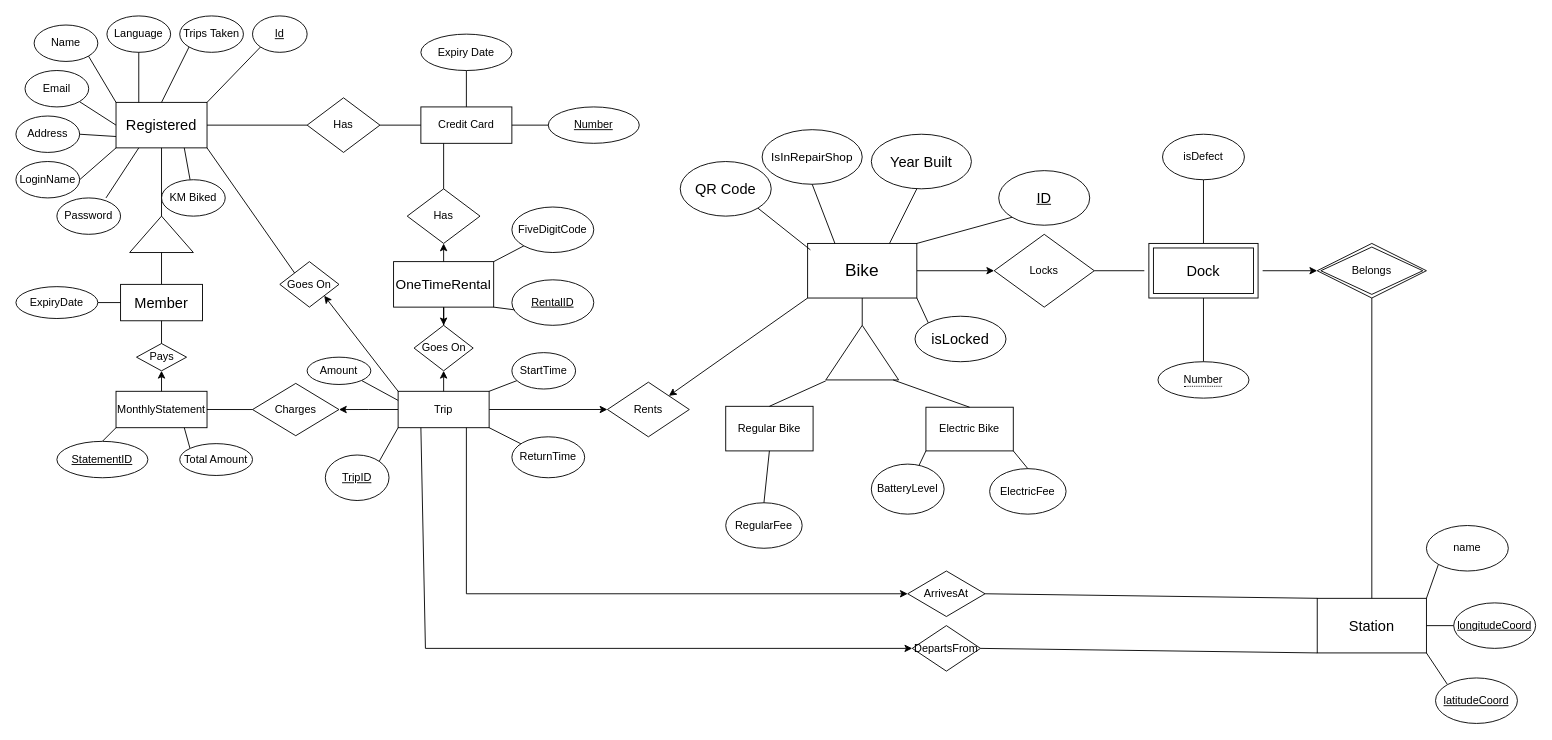
Earlier version of the draw.io diagram page "Bikes" (1 of 4) of COMP421/Assignment1/COMP421A1.drawio (eSpyd3r/School-Assignments). Source tidied: cells renumbered, new cells numbered last; positions are measured from the earlier drawing's top-left corner, leaving out a move shared by most shapes. Both pictures are drawn from the tidied source at 91%, with x=0, y=0 at pixel (15, 15).
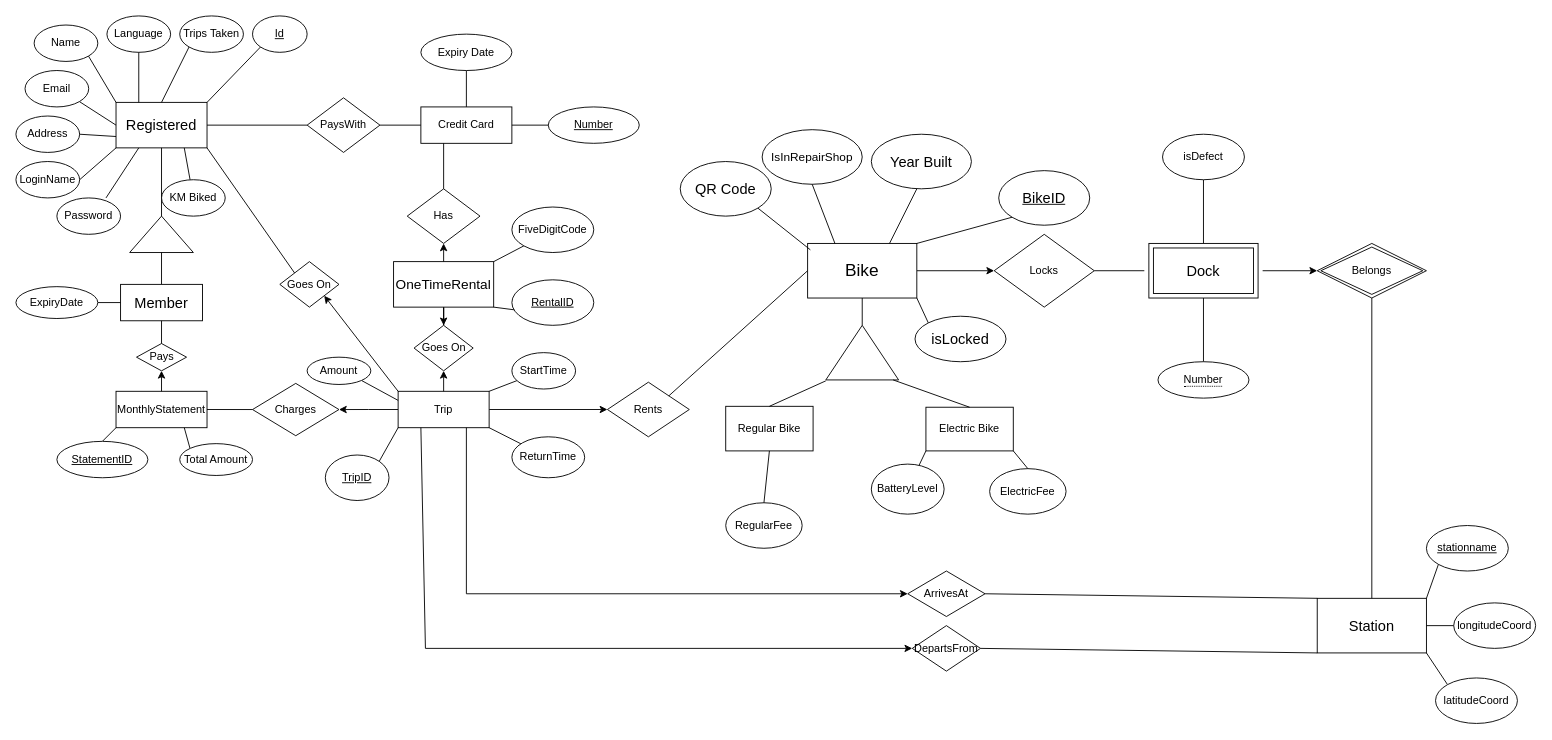
The same diagram, later.

Unchanged cells that the change refers to:
```xml
<mxCell id="3" value="&lt;font style=&quot;font-size: 19px;&quot;&gt;Bike&lt;/font&gt;" style="rounded=0;whiteSpace=wrap;html=1;" parent="1" vertex="1">
  <mxGeometry x="870" y="250" width="120" height="60" as="geometry" />
</mxCell>
<mxCell id="80" value="Rents" style="shape=rhombus;perimeter=rhombusPerimeter;whiteSpace=wrap;html=1;align=center;" parent="1" vertex="1">
  <mxGeometry x="650" y="402.5" width="90" height="60" as="geometry" />
</mxCell>
```

Diff of the diagram source:
```diff
@@
-    <mxCell id="6" value="&lt;font size=&quot;3&quot;&gt;&lt;u&gt;ID&lt;/u&gt;&lt;/font&gt;" style="ellipse;whiteSpace=wrap;html=1;" parent="1" vertex="1">
+    <mxCell id="6" value="&lt;font size=&quot;3&quot;&gt;&lt;u&gt;BikeID&lt;/u&gt;&lt;/font&gt;" style="ellipse;whiteSpace=wrap;html=1;" parent="1" vertex="1">
       <mxGeometry x="1080" y="170" width="100" height="60" as="geometry" />
     </mxCell>
@@
-    <mxCell id="24" value="name" style="ellipse;whiteSpace=wrap;html=1;" parent="1" vertex="1">
+    <mxCell id="24" value="&lt;u&gt;stationname&lt;/u&gt;" style="ellipse;whiteSpace=wrap;html=1;" parent="1" vertex="1">
       <mxGeometry x="1550" y="560" width="90" height="50" as="geometry" />
     </mxCell>
@@
-    <mxCell id="26" value="&lt;u&gt;longitudeCoord&lt;/u&gt;" style="ellipse;whiteSpace=wrap;html=1;" parent="1" vertex="1">
+    <mxCell id="26" value="longitudeCoord" style="ellipse;whiteSpace=wrap;html=1;" parent="1" vertex="1">
       <mxGeometry x="1580" y="645" width="90" height="50" as="geometry" />
     </mxCell>
@@
-    <mxCell id="28" value="&lt;u&gt;latitudeCoord&lt;/u&gt;" style="ellipse;whiteSpace=wrap;html=1;" parent="1" vertex="1">
+    <mxCell id="28" value="latitudeCoord" style="ellipse;whiteSpace=wrap;html=1;" parent="1" vertex="1">
       <mxGeometry x="1560" y="727.5" width="90" height="50" as="geometry" />
     </mxCell>
@@
-    <mxCell id="51" value="Has" style="shape=rhombus;perimeter=rhombusPerimeter;whiteSpace=wrap;html=1;align=center;" parent="1" vertex="1">
+    <mxCell id="51" value="PaysWith" style="shape=rhombus;perimeter=rhombusPerimeter;whiteSpace=wrap;html=1;align=center;" parent="1" vertex="1">
       <mxGeometry x="320" y="90" width="80" height="60" as="geometry" />
     </mxCell>
@@
-    <mxCell id="95" style="endArrow=classic;html=1;rounded=0;exitX=0;exitY=1;exitDx=0;exitDy=0;entryX=1;entryY=0;entryDx=0;entryDy=0;" parent="1" edge="1" source="3" target="80">
-      <mxGeometry relative="1" as="geometry" />
-    </mxCell>
@@
+    <mxCell id="120" style="endArrow=none;html=1;rounded=0;entryX=0;entryY=0.5;entryDx=0;entryDy=0;exitX=1;exitY=0;exitDx=0;exitDy=0;" parent="1" edge="1" source="80" target="3">
+      <mxGeometry relative="1" as="geometry" />
+    </mxCell>
```
